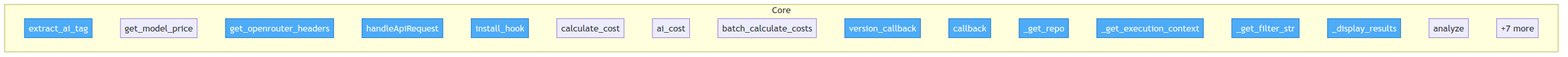
The Mermaid diagram project/flow.png in semcod/cost, before a commit. Its source is kept beside it as project/flow.mmd. Its diagram source:
```mermaid
flowchart TD

    classDef entry fill:#4dabf7,stroke:#1971c2,color:#fff

    subgraph Core
        src__costs__git_parser__extract_ai_tag["extract_ai_tag"]
        src__costs__models__get_model_price["get_model_price"]
        src__costs__models__get_openrouter_headers["get_openrouter_headers"]
        services__badge_service__badge__handleApiRequest["handleApiRequest"]
        project__install_hook["install_hook"]
        src__costs__calculator__calculate_cost["calculate_cost"]
        src__costs__calculator__ai_cost["ai_cost"]
        src__costs__calculator__batch_calculate_costs["batch_calculate_costs"]
        src__costs__cli__version_callback["version_callback"]
        src__costs__cli__callback["callback"]
        src__costs__cli___get_repo["_get_repo"]
        src__costs__cli___get_execution_context["_get_execution_context"]
        src__costs__cli___get_filter_str["_get_filter_str"]
        src__costs__cli___display_results["_display_results"]
        src__costs__cli__analyze["analyze"]
        ...["+7 more"]
    end

    class src__costs__git_parser__extract_ai_tag,src__costs__models__get_openrouter_headers,services__badge_service__badge__handleApiRequest,project__install_hook,src__costs__cli__version_callback,src__costs__cli__callback,src__costs__cli___get_repo,src__costs__cli___get_execution_context,src__costs__cli___get_filter_str,src__costs__cli___display_results entry
```
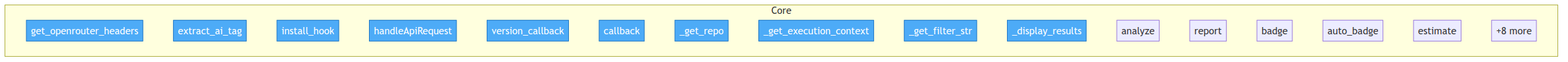
Later version of the same file.

Change to the diagram source:
```diff
@@ -3,14 +3,10 @@
     classDef entry fill:#4dabf7,stroke:#1971c2,color:#fff
 
     subgraph Core
+        src__costs__models__get_openrouter_headers["get_openrouter_headers"]
         src__costs__git_parser__extract_ai_tag["extract_ai_tag"]
-        src__costs__models__get_model_price["get_model_price"]
-        src__costs__models__get_openrouter_headers["get_openrouter_headers"]
+        project__install_hook["install_hook"]
         services__badge_service__badge__handleApiRequest["handleApiRequest"]
-        project__install_hook["install_hook"]
-        src__costs__calculator__calculate_cost["calculate_cost"]
-        src__costs__calculator__ai_cost["ai_cost"]
-        src__costs__calculator__batch_calculate_costs["batch_calculate_costs"]
         src__costs__cli__version_callback["version_callback"]
         src__costs__cli__callback["callback"]
         src__costs__cli___get_repo["_get_repo"]
@@ -18,7 +14,11 @@
         src__costs__cli___get_filter_str["_get_filter_str"]
         src__costs__cli___display_results["_display_results"]
         src__costs__cli__analyze["analyze"]
-        ...["+7 more"]
+        src__costs__cli__report["report"]
+        src__costs__cli__badge["badge"]
+        src__costs__cli__auto_badge["auto_badge"]
+        src__costs__cli__estimate["estimate"]
+        ...["+8 more"]
     end
 
-    class src__costs__git_parser__extract_ai_tag,src__costs__models__get_openrouter_headers,services__badge_service__badge__handleApiRequest,project__install_hook,src__costs__cli__version_callback,src__costs__cli__callback,src__costs__cli___get_repo,src__costs__cli___get_execution_context,src__costs__cli___get_filter_str,src__costs__cli___display_results entry
+    class src__costs__models__get_openrouter_headers,src__costs__git_parser__extract_ai_tag,project__install_hook,services__badge_service__badge__handleApiRequest,src__costs__cli__version_callback,src__costs__cli__callback,src__costs__cli___get_repo,src__costs__cli___get_execution_context,src__costs__cli___get_filter_str,src__costs__cli___display_results entry
```
